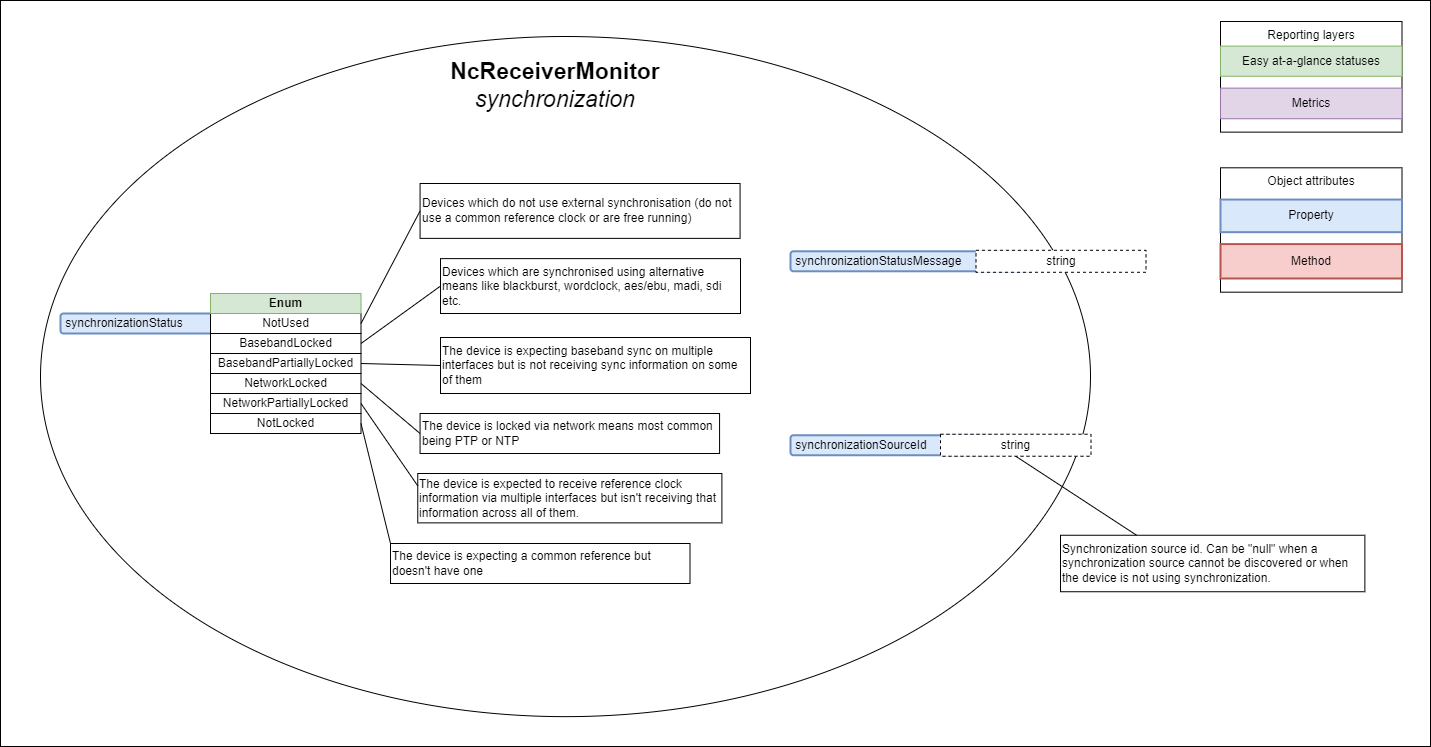
The draw.io diagram docs/images/receiver-model-synchronization.png in AMWA-TV/bcp-008-01, before a commit. Source tidied: cells renumbered, new cells last; positions are measured from the earlier drawing's top-left corner, leaving out a move shared by most shapes.
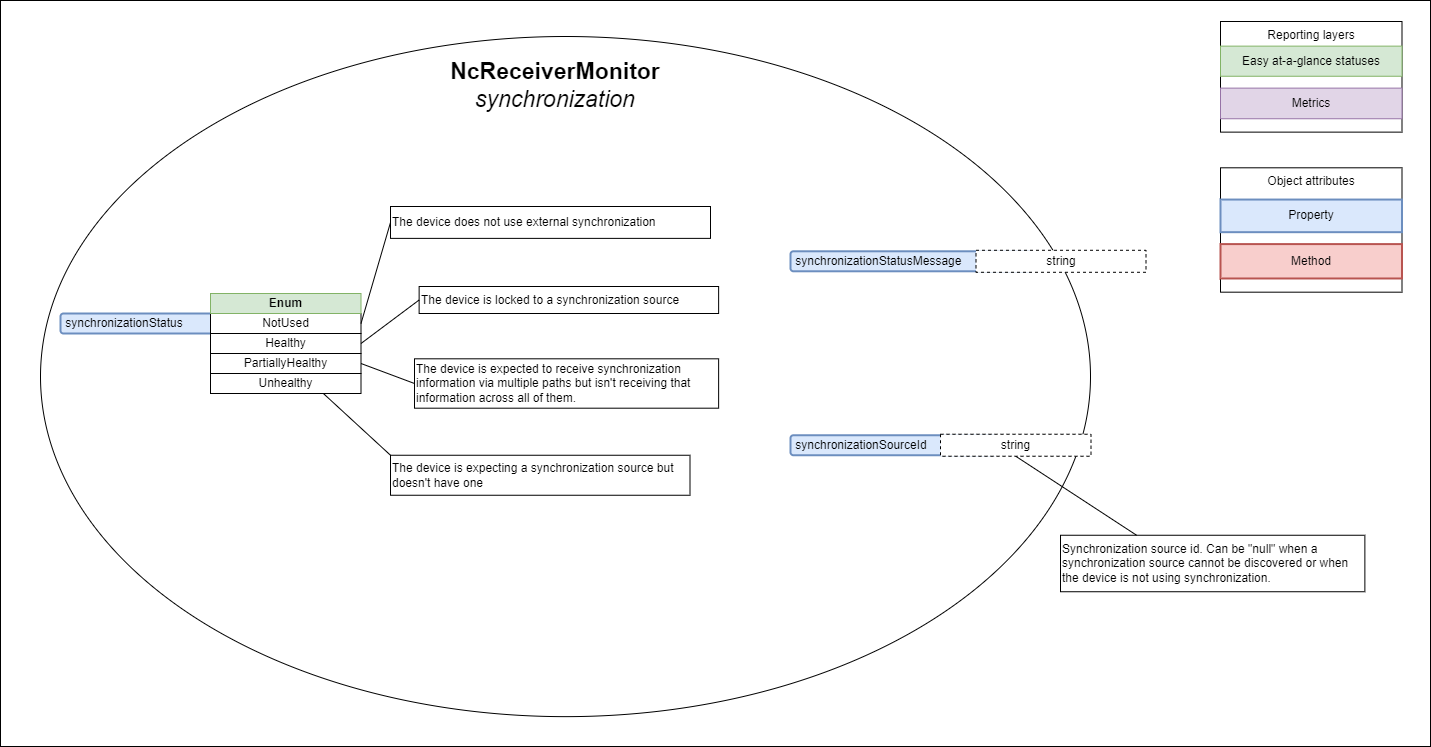
The same file after the commit.

Commit message:
Update based on control feature sets model changes

- update diagrams
- update synchronization status
- mention overall status reporting delay

What changed in the source:
```diff
@@ -38,7 +38,7 @@
     <mxCell id="13" value="Enum" style="rounded=0;whiteSpace=wrap;html=1;fillColor=#d5e8d4;strokeColor=#82b366;fontStyle=1;" parent="1" vertex="1">
       <mxGeometry x="210" y="293" width="150.5" height="20" as="geometry" />
     </mxCell>
-    <mxCell id="14" value="NetworkLocked" style="rounded=0;whiteSpace=wrap;html=1;" parent="1" vertex="1">
+    <mxCell id="14" value="Unhealthy" style="rounded=0;whiteSpace=wrap;html=1;" parent="1" vertex="1">
       <mxGeometry x="210" y="373" width="150.5" height="20" as="geometry" />
     </mxCell>
     <mxCell id="15" value="&amp;nbsp;&lt;span style=&quot;background-color: initial;&quot;&gt;synchronizationSourceId&lt;/span&gt;" style="rounded=1;whiteSpace=wrap;html=1;align=left;fillColor=#dae8fc;strokeColor=#6c8ebf;strokeWidth=2;" parent="1" vertex="1">
@@ -47,65 +47,47 @@
     <mxCell id="16" value="string" style="rounded=0;whiteSpace=wrap;html=1;dashed=1;" parent="1" vertex="1">
       <mxGeometry x="940" y="433.8" width="150.5" height="22" as="geometry" />
     </mxCell>
-    <mxCell id="17" value="The device is locked via network means most common being PTP or NTP" style="text;html=1;strokeColor=default;fillColor=default;align=left;verticalAlign=middle;whiteSpace=wrap;rounded=0;" parent="1" vertex="1">
-      <mxGeometry x="419.6" y="413" width="299.5" height="40" as="geometry" />
+    <mxCell id="17" value="The device is locked to a synchronization source" style="text;html=1;strokeColor=default;fillColor=default;align=left;verticalAlign=middle;whiteSpace=wrap;rounded=0;" parent="1" vertex="1">
+      <mxGeometry x="418.6" y="286" width="299.5" height="27" as="geometry" />
     </mxCell>
-    <mxCell id="18" style="endArrow=none;html=1;rounded=0;entryX=0;entryY=0.5;entryDx=0;entryDy=0;exitX=1;exitY=0.5;exitDx=0;exitDy=0;" parent="1" edge="1" source="14" target="17">
-      <mxGeometry relative="1" as="geometry" />
-    </mxCell>
-    <mxCell id="19" value="BasebandLocked" style="rounded=0;whiteSpace=wrap;html=1;" parent="1" vertex="1">
+    <mxCell id="19" value="Healthy" style="rounded=0;whiteSpace=wrap;html=1;" parent="1" vertex="1">
       <mxGeometry x="210" y="333" width="150.5" height="20" as="geometry" />
     </mxCell>
-    <mxCell id="20" value="NotLocked" style="rounded=0;whiteSpace=wrap;html=1;" parent="1" vertex="1">
-      <mxGeometry x="210" y="413" width="150.5" height="20" as="geometry" />
-    </mxCell>
     <mxCell id="21" value="Synchronization source id. Can be &quot;null&quot; when a synchronization source cannot be discovered or when the device is not using synchronization." style="text;html=1;strokeColor=default;fillColor=default;align=left;verticalAlign=middle;whiteSpace=wrap;rounded=0;" parent="1" vertex="1">
       <mxGeometry x="1060" y="534.8" width="304.4" height="56.5" as="geometry" />
     </mxCell>
     <mxCell id="22" style="endArrow=none;html=1;rounded=0;entryX=0.25;entryY=0;entryDx=0;entryDy=0;exitX=0.5;exitY=1;exitDx=0;exitDy=0;" parent="1" edge="1" source="16" target="21">
       <mxGeometry relative="1" as="geometry" />
     </mxCell>
-    <mxCell id="23" value="Devices which do not use external synchronisation (do not use a common reference clock or are free running) " style="text;html=1;strokeColor=default;fillColor=default;align=left;verticalAlign=middle;whiteSpace=wrap;rounded=0;" parent="1" vertex="1">
-      <mxGeometry x="419.6" y="183" width="320" height="54.9" as="geometry" />
+    <mxCell id="23" value="The device does not use external synchronization" style="text;html=1;strokeColor=default;fillColor=default;align=left;verticalAlign=middle;whiteSpace=wrap;rounded=0;" parent="1" vertex="1">
+      <mxGeometry x="390" y="206" width="320" height="31.9" as="geometry" />
     </mxCell>
     <mxCell id="24" style="endArrow=none;html=1;rounded=0;entryX=0;entryY=0.5;entryDx=0;entryDy=0;exitX=1;exitY=0.5;exitDx=0;exitDy=0;" parent="1" edge="1" source="12" target="23">
       <mxGeometry relative="1" as="geometry" />
     </mxCell>
-    <mxCell id="25" value="Devices which are synchronised using alternative means like blackburst, wordclock, aes/ebu, madi, sdi etc." style="text;html=1;strokeColor=default;fillColor=default;align=left;verticalAlign=middle;whiteSpace=wrap;rounded=0;" parent="1" vertex="1">
-      <mxGeometry x="440" y="258.1" width="300" height="54.9" as="geometry" />
-    </mxCell>
-    <mxCell id="26" style="endArrow=none;html=1;rounded=0;entryX=0;entryY=0.5;entryDx=0;entryDy=0;exitX=1;exitY=0.5;exitDx=0;exitDy=0;" parent="1" edge="1" source="19" target="25">
-      <mxGeometry relative="1" as="geometry" />
-    </mxCell>
-    <mxCell id="27" value="The device is expecting a common reference but doesn't have one" style="text;html=1;strokeColor=default;fillColor=default;align=left;verticalAlign=middle;whiteSpace=wrap;rounded=0;" parent="1" vertex="1">
-      <mxGeometry x="390" y="543" width="299.5" height="40" as="geometry" />
+    <mxCell id="27" value="The device is expecting a synchronization source but doesn't have one" style="text;html=1;strokeColor=default;fillColor=default;align=left;verticalAlign=middle;whiteSpace=wrap;rounded=0;" parent="1" vertex="1">
+      <mxGeometry x="390" y="454.8" width="299.5" height="40" as="geometry" />
     </mxCell>
-    <mxCell id="28" style="endArrow=none;html=1;rounded=0;entryX=0;entryY=0;entryDx=0;entryDy=0;exitX=1;exitY=0.5;exitDx=0;exitDy=0;" parent="1" edge="1" source="20" target="27">
+    <mxCell id="28" style="endArrow=none;html=1;rounded=0;entryX=0;entryY=0;entryDx=0;entryDy=0;exitX=0.75;exitY=1;exitDx=0;exitDy=0;" parent="1" edge="1" source="14" target="27">
       <mxGeometry relative="1" as="geometry" />
     </mxCell>
-    <mxCell id="29" value="NetworkPartiallyLocked" style="rounded=0;whiteSpace=wrap;html=1;" parent="1" vertex="1">
-      <mxGeometry x="210" y="393" width="150.5" height="20" as="geometry" />
-    </mxCell>
-    <mxCell id="30" value="The device is expected to receive reference clock information via multiple interfaces but isn't receiving that information across all of them." style="text;html=1;strokeColor=default;fillColor=default;align=left;verticalAlign=middle;whiteSpace=wrap;rounded=0;" parent="1" vertex="1">
-      <mxGeometry x="417.3" y="473" width="304.1" height="49.4" as="geometry" />
+    <mxCell id="30" value="The device is expected to receive synchronization information via multiple paths but isn't receiving that information across all of them." style="text;html=1;strokeColor=default;fillColor=default;align=left;verticalAlign=middle;whiteSpace=wrap;rounded=0;" parent="1" vertex="1">
+      <mxGeometry x="414" y="358.3" width="304.1" height="49.4" as="geometry" />
     </mxCell>
-    <mxCell id="31" style="endArrow=none;html=1;rounded=0;entryX=0;entryY=0.25;entryDx=0;entryDy=0;exitX=1;exitY=0.5;exitDx=0;exitDy=0;" parent="1" edge="1" source="29" target="30">
-      <mxGeometry relative="1" as="geometry" />
-    </mxCell>
-    <mxCell id="32" value="BasebandPartiallyLocked" style="rounded=0;whiteSpace=wrap;html=1;" parent="1" vertex="1">
+    <mxCell id="32" value="PartiallyHealthy" style="rounded=0;whiteSpace=wrap;html=1;" parent="1" vertex="1">
       <mxGeometry x="210" y="353" width="150.5" height="20" as="geometry" />
     </mxCell>
-    <mxCell id="33" value="The device is expecting baseband sync on multiple interfaces but is not receiving sync information on some of them" style="text;html=1;strokeColor=default;fillColor=default;align=left;verticalAlign=middle;whiteSpace=wrap;rounded=0;" parent="1" vertex="1">
-      <mxGeometry x="440" y="337" width="310" height="56" as="geometry" />
-    </mxCell>
-    <mxCell id="34" style="endArrow=none;html=1;rounded=0;entryX=0;entryY=0.5;entryDx=0;entryDy=0;exitX=1;exitY=0.5;exitDx=0;exitDy=0;" parent="1" edge="1" source="32" target="33">
-      <mxGeometry relative="1" as="geometry" />
-    </mxCell>
     <mxCell id="35" value="&amp;nbsp;synchronizationStatusMessage" style="rounded=1;whiteSpace=wrap;html=1;align=left;fillColor=#dae8fc;strokeColor=#6c8ebf;strokeWidth=2;" parent="1" vertex="1">
       <mxGeometry x="790" y="250.8" width="243" height="20" as="geometry" />
     </mxCell>
     <mxCell id="36" value="string" style="rounded=0;whiteSpace=wrap;html=1;dashed=1;" parent="1" vertex="1">
       <mxGeometry x="975.5" y="249.8" width="170" height="22" as="geometry" />
     </mxCell>
+    <mxCell id="37" style="endArrow=none;html=1;rounded=0;entryX=0;entryY=0.5;entryDx=0;entryDy=0;exitX=1;exitY=0.5;exitDx=0;exitDy=0;" parent="1" edge="1" source="32" target="30">
+      <mxGeometry relative="1" as="geometry" />
+    </mxCell>
+    <mxCell id="38" style="endArrow=none;html=1;rounded=0;entryX=0;entryY=0.5;entryDx=0;entryDy=0;exitX=1;exitY=0.5;exitDx=0;exitDy=0;" parent="1" edge="1" source="19" target="17">
+      <mxGeometry relative="1" as="geometry" />
+    </mxCell>
   </root>
 </mxGraphModel>
```
